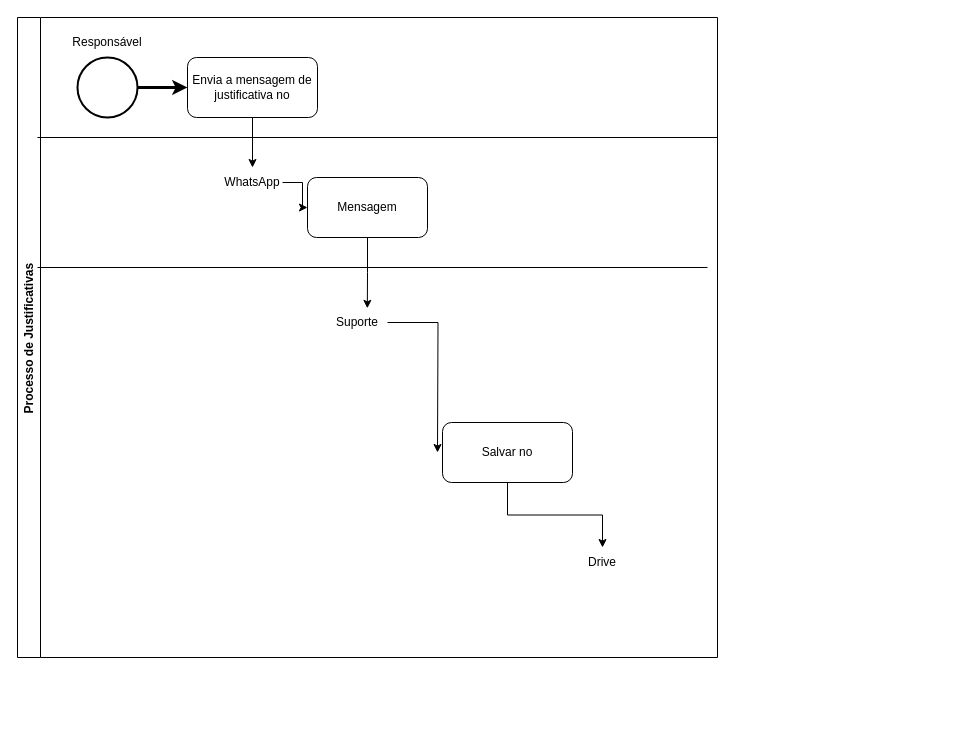
This is BPMN/Atividade1/Trabalho Prototipagem 1.drawio from GabrielALPorto/Modelanges-Banco-Dados-e-Outras, a draw.io file, before an edit. Source tidied: cells renumbered, new cells numbered last; positions are measured from the earlier drawing's top-left corner, leaving out a move shared by most shapes. Both pictures are drawn from the tidied source at 100%, with x=0, y=0 at pixel (17, 17).
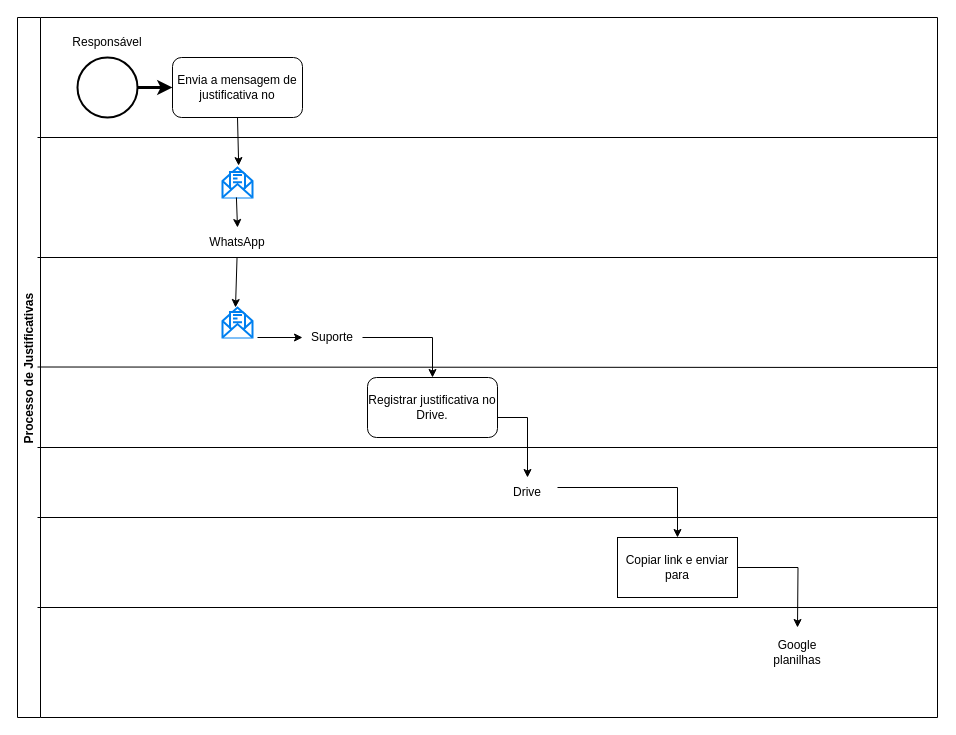
Above is the later version.

What changed in the source:
```diff
@@
     <mxCell id="2" value="Processo de Justificativas&amp;nbsp;" style="swimlane;horizontal=0;whiteSpace=wrap;html=1;startSize=23;swimlaneFillColor=default;gradientColor=none;" parent="1" vertex="1">
-      <mxGeometry width="700" height="640" as="geometry" />
+      <mxGeometry width="920" height="700" as="geometry" />
     </mxCell>
@@
-    <mxCell id="5" style="edgeStyle=orthogonalEdgeStyle;rounded=0;jettySize=auto;html=1;entryX=0.5;entryY=0;entryDx=0;entryDy=0;" parent="2" edge="1" source="6" target="16">
-      <mxGeometry relative="1" as="geometry" />
-    </mxCell>
     <mxCell id="6" value="Envia a mensagem de justificativa no" style="rounded=1;whiteSpace=wrap;html=1;" parent="2" vertex="1">
-      <mxGeometry x="170" y="40" width="130" height="60" as="geometry" />
+      <mxGeometry x="155" y="40" width="130" height="60" as="geometry" />
     </mxCell>
@@
-    <mxCell id="8" style="edgeStyle=orthogonalEdgeStyle;rounded=0;jettySize=auto;html=1;" parent="2" edge="1" source="9">
-      <mxGeometry relative="1" as="geometry">
-        <mxPoint x="420" y="435" as="targetPoint" />
-      </mxGeometry>
-    </mxCell>
     <mxCell id="9" value="&lt;div&gt;Suporte&lt;/div&gt;" style="text;html=1;whiteSpace=wrap;strokeColor=none;fillColor=none;align=center;verticalAlign=middle;rounded=0;rotation=0;" parent="2" vertex="1">
-      <mxGeometry x="310" y="290" width="60" height="30" as="geometry" />
+      <mxGeometry x="285" y="305" width="60" height="30" as="geometry" />
     </mxCell>
     <mxCell id="10" style="edgeStyle=orthogonalEdgeStyle;rounded=0;jettySize=auto;html=1;" parent="2" edge="1" source="11" target="14">
-      <mxGeometry relative="1" as="geometry" />
+      <mxGeometry relative="1" as="geometry">
+        <Array as="points">
+          <mxPoint x="510" y="400" />
+        </Array>
+      </mxGeometry>
     </mxCell>
-    <mxCell id="11" value="Salvar no" style="rounded=1;whiteSpace=wrap;html=1;" parent="2" vertex="1">
-      <mxGeometry x="425" y="405" width="130" height="60" as="geometry" />
+    <mxCell id="11" value="Registrar justificativa no Drive." style="rounded=1;whiteSpace=wrap;html=1;" parent="2" vertex="1">
+      <mxGeometry x="350" y="360" width="130" height="60" as="geometry" />
     </mxCell>
     <mxCell id="12" style="endArrow=none;html=1;rounded=0;" parent="2" edge="1">
       <mxGeometry relative="1" as="geometry">
         <mxPoint x="20" y="120" as="sourcePoint" />
-        <mxPoint x="700" y="120" as="targetPoint" />
+        <mxPoint x="920" y="120" as="targetPoint" />
       </mxGeometry>
     </mxCell>
     <mxCell id="13" style="endArrow=none;html=1;rounded=0;" parent="2" edge="1">
       <mxGeometry relative="1" as="geometry">
-        <mxPoint x="20" y="250" as="sourcePoint" />
-        <mxPoint x="690" y="250" as="targetPoint" />
+        <mxPoint x="20" y="240" as="sourcePoint" />
+        <mxPoint x="920" y="240" as="targetPoint" />
       </mxGeometry>
     </mxCell>
     <mxCell id="14" value="Drive" style="text;html=1;whiteSpace=wrap;strokeColor=none;fillColor=none;align=center;verticalAlign=middle;rounded=0;" parent="2" vertex="1">
-      <mxGeometry x="555" y="530" width="60" height="30" as="geometry" />
+      <mxGeometry x="480" y="460" width="60" height="30" as="geometry" />
     </mxCell>
-    <mxCell id="15" style="edgeStyle=orthogonalEdgeStyle;rounded=0;jettySize=auto;html=1;entryX=0;entryY=0.5;entryDx=0;entryDy=0;" parent="2" edge="1" source="16" target="17">
-      <mxGeometry relative="1" as="geometry" />
-    </mxCell>
     <mxCell id="16" value="&lt;div&gt;WhatsApp&lt;/div&gt;" style="text;html=1;whiteSpace=wrap;strokeColor=none;fillColor=none;align=center;verticalAlign=middle;rounded=0;" parent="2" vertex="1">
-      <mxGeometry x="205" y="150" width="60" height="30" as="geometry" />
+      <mxGeometry x="190" y="210" width="60" height="30" as="geometry" />
     </mxCell>
-    <mxCell id="17" value="Mensagem" style="rounded=1;whiteSpace=wrap;html=1;" parent="2" vertex="1">
-      <mxGeometry x="290" y="160" width="120" height="60" as="geometry" />
-    </mxCell>
-    <mxCell id="18" style="edgeStyle=orthogonalEdgeStyle;rounded=0;jettySize=auto;html=1;entryX=0.664;entryY=0.027;entryDx=0;entryDy=0;entryPerimeter=0;" parent="2" edge="1" source="17" target="9">
-      <mxGeometry relative="1" as="geometry" />
-    </mxCell>
+    <mxCell id="19" style="html=1;verticalLabelPosition=bottom;align=center;labelBackgroundColor=#ffffff;verticalAlign=top;strokeWidth=2;strokeColor=#0080F0;shadow=0;dashed=0;shape=mxgraph.ios7.icons.envelope_(message);" parent="2" vertex="1">
+      <mxGeometry x="205" y="150" width="30" height="30" as="geometry" />
+    </mxCell>
+    <mxCell id="20" style="endArrow=classic;html=1;rounded=0;exitX=0.5;exitY=1;exitDx=0;exitDy=0;entryX=0.539;entryY=-0.064;entryDx=0;entryDy=0;entryPerimeter=0;" parent="2" edge="1" source="6" target="19">
+      <mxGeometry relative="1" as="geometry" />
+    </mxCell>
+    <mxCell id="21" style="endArrow=classic;html=1;rounded=0;exitX=0.464;exitY=0.997;exitDx=0;exitDy=0;exitPerimeter=0;entryX=0.5;entryY=0;entryDx=0;entryDy=0;" parent="2" edge="1" source="19" target="16">
+      <mxGeometry relative="1" as="geometry" />
+    </mxCell>
+    <mxCell id="22" style="html=1;verticalLabelPosition=bottom;align=center;labelBackgroundColor=#ffffff;verticalAlign=top;strokeWidth=2;strokeColor=#0080F0;shadow=0;dashed=0;shape=mxgraph.ios7.icons.envelope_(message);" parent="2" vertex="1">
+      <mxGeometry x="205" y="290" width="30" height="30" as="geometry" />
+    </mxCell>
+    <mxCell id="23" style="endArrow=classic;html=1;rounded=0;entryX=0;entryY=0.5;entryDx=0;entryDy=0;" parent="2" edge="1" target="9">
+      <mxGeometry relative="1" as="geometry">
+        <mxPoint x="240" y="320" as="sourcePoint" />
+      </mxGeometry>
+    </mxCell>
+    <mxCell id="24" style="endArrow=classic;html=1;rounded=0;entryX=0.5;entryY=0;entryDx=0;entryDy=0;exitX=1;exitY=0.5;exitDx=0;exitDy=0;" parent="2" edge="1" source="9" target="11">
+      <mxGeometry relative="1" as="geometry">
+        <Array as="points">
+          <mxPoint x="415" y="320" />
+        </Array>
+      </mxGeometry>
+    </mxCell>
+    <mxCell id="25" style="endArrow=classic;html=1;rounded=0;entryX=0.433;entryY=0;entryDx=0;entryDy=0;entryPerimeter=0;" parent="2" edge="1" source="16" target="22">
+      <mxGeometry relative="1" as="geometry" />
+    </mxCell>
+    <mxCell id="26" style="edgeStyle=orthogonalEdgeStyle;rounded=0;jettySize=auto;html=1;" parent="2" edge="1" source="27">
+      <mxGeometry relative="1" as="geometry">
+        <mxPoint x="780" y="610" as="targetPoint" />
+      </mxGeometry>
+    </mxCell>
+    <mxCell id="27" value="Copiar link e enviar para" style="rounded=0;whiteSpace=wrap;html=1;" parent="2" vertex="1">
+      <mxGeometry x="600" y="520" width="120" height="60" as="geometry" />
+    </mxCell>
+    <mxCell id="28" style="endArrow=classic;html=1;rounded=0;entryX=0.5;entryY=0;entryDx=0;entryDy=0;" parent="2" edge="1" target="27">
+      <mxGeometry relative="1" as="geometry">
+        <mxPoint x="540" y="470" as="sourcePoint" />
+        <Array as="points">
+          <mxPoint x="660" y="470" />
+        </Array>
+      </mxGeometry>
+    </mxCell>
+    <mxCell id="29" value="Google planilhas" style="text;html=1;whiteSpace=wrap;strokeColor=none;fillColor=none;align=center;verticalAlign=middle;rounded=0;" parent="2" vertex="1">
+      <mxGeometry x="750" y="620" width="60" height="30" as="geometry" />
+    </mxCell>
+    <mxCell id="30" style="endArrow=none;html=1;rounded=0;entryX=1;entryY=0.5;entryDx=0;entryDy=0;" parent="2" edge="1" target="2">
+      <mxGeometry relative="1" as="geometry">
+        <mxPoint x="20" y="349.5" as="sourcePoint" />
+      </mxGeometry>
+    </mxCell>
+    <mxCell id="31" style="endArrow=none;html=1;rounded=0;" parent="2" edge="1">
+      <mxGeometry relative="1" as="geometry">
+        <mxPoint x="20" y="430" as="sourcePoint" />
+        <mxPoint x="920" y="430" as="targetPoint" />
+      </mxGeometry>
+    </mxCell>
+    <mxCell id="32" style="endArrow=none;html=1;rounded=0;" parent="2" edge="1">
+      <mxGeometry relative="1" as="geometry">
+        <mxPoint x="20" y="500" as="sourcePoint" />
+        <mxPoint x="920" y="500" as="targetPoint" />
+      </mxGeometry>
+    </mxCell>
+    <mxCell id="33" style="endArrow=none;html=1;rounded=0;" parent="2" edge="1">
+      <mxGeometry relative="1" as="geometry">
+        <mxPoint x="20" y="590" as="sourcePoint" />
+        <mxPoint x="920" y="590" as="targetPoint" />
+      </mxGeometry>
+    </mxCell>
```
